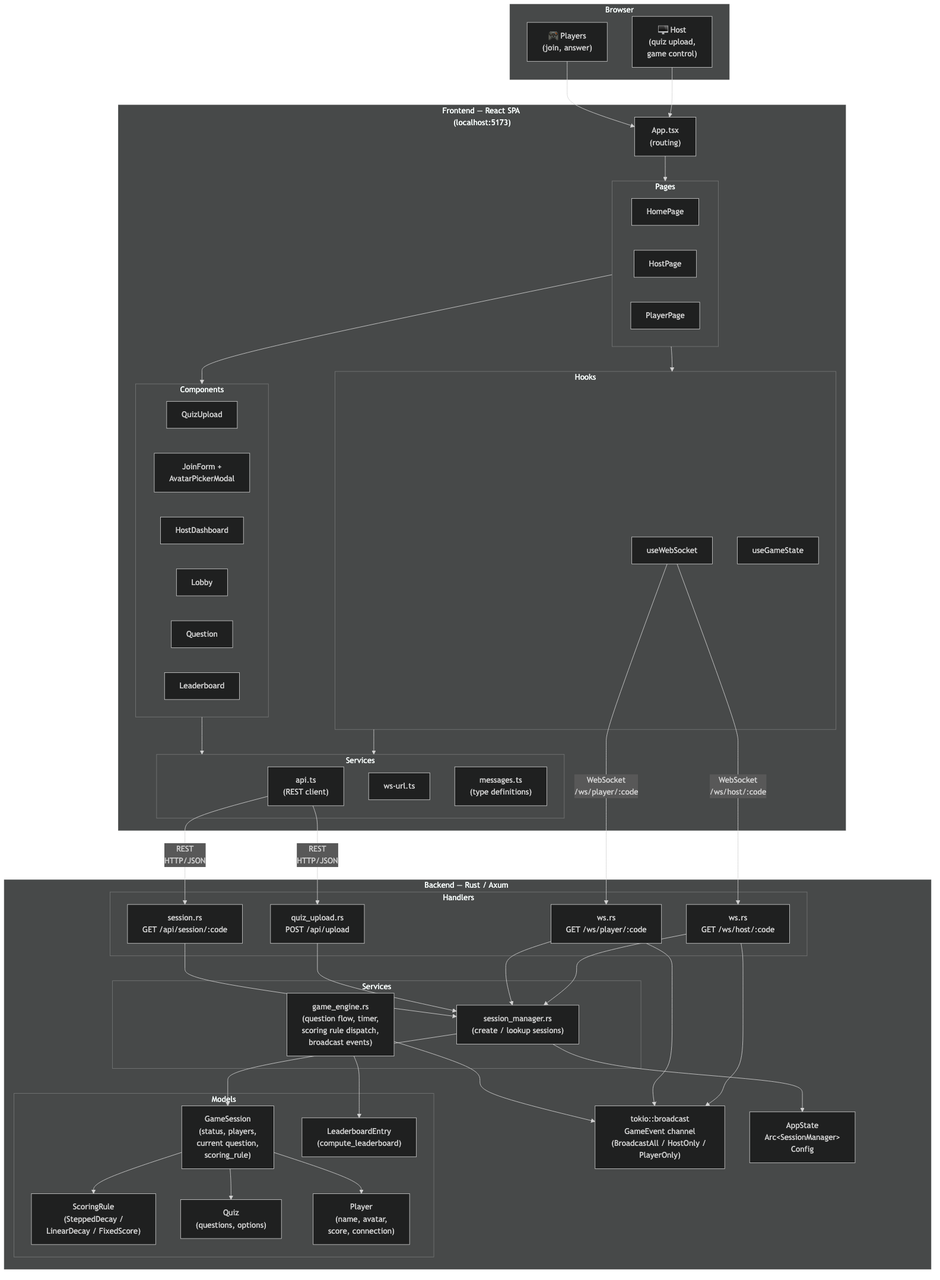
Before: docs/images/architecture.png, a diagram exported from Mermaid (campeis/quiz-game). Its source is kept beside it as docs/diagrams/architecture.mmd.
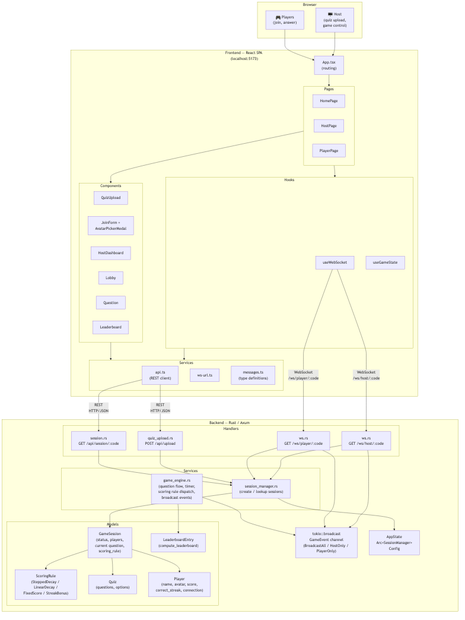
Above is the later version.

Commit message:
docs: update architecture and diagrams for 011-streak-bonus

The edit, as a diff of the source:
```diff
@@ -49,9 +49,9 @@
 
         subgraph Models["Models"]
             SessionM["GameSession<br/>(status, players,<br/>current question,<br/>scoring_rule)"]
-            ScoringRule["ScoringRule<br/>(SteppedDecay /<br/>LinearDecay / FixedScore)"]
+            ScoringRule["ScoringRule<br/>(SteppedDecay / LinearDecay /<br/>FixedScore / StreakBonus)"]
             QuizM["Quiz<br/>(questions, options)"]
-            PlayerM["Player<br/>(name, avatar,<br/>score, connection)"]
+            PlayerM["Player<br/>(name, avatar, score,<br/>correct_streak, connection)"]
             Leaderboard_BE["LeaderboardEntry<br/>(compute_leaderboard)"]
         end
 
```
